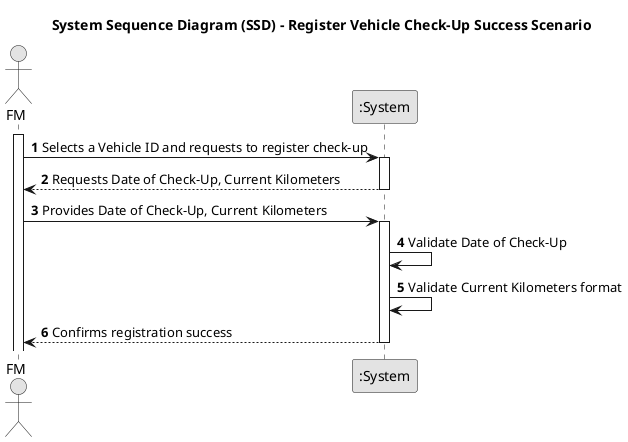
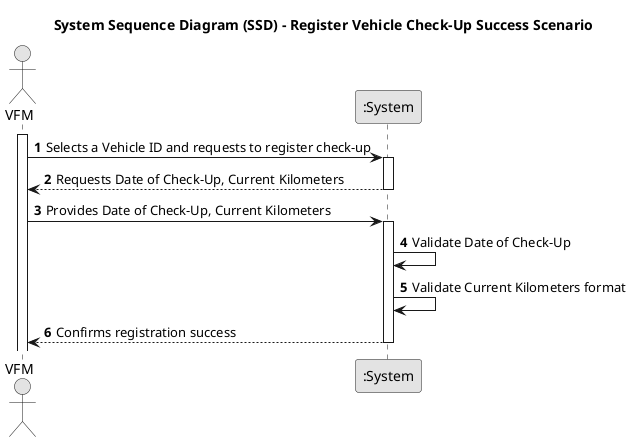
@startuml
skinparam monochrome true
skinparam packageStyle rectangle
skinparam shadowing false

title System Sequence Diagram (SSD) - Register Vehicle Check-Up Success Scenario

autonumber

- actor "FM" as FleetManager
+ actor "VFM" as FleetManager
participant ":System" as System

activate FleetManager

    FleetManager -> System : Selects a Vehicle ID and requests to register check-up
    activate System

    System --> FleetManager : Requests Date of Check-Up, Current Kilometers
    deactivate System

    FleetManager -> System : Provides Date of Check-Up, Current Kilometers
    activate System

        System -> System : Validate Date of Check-Up
        System -> System : Validate Current Kilometers format

        System --> FleetManager : Confirms registration success
    deactivate System

@enduml
